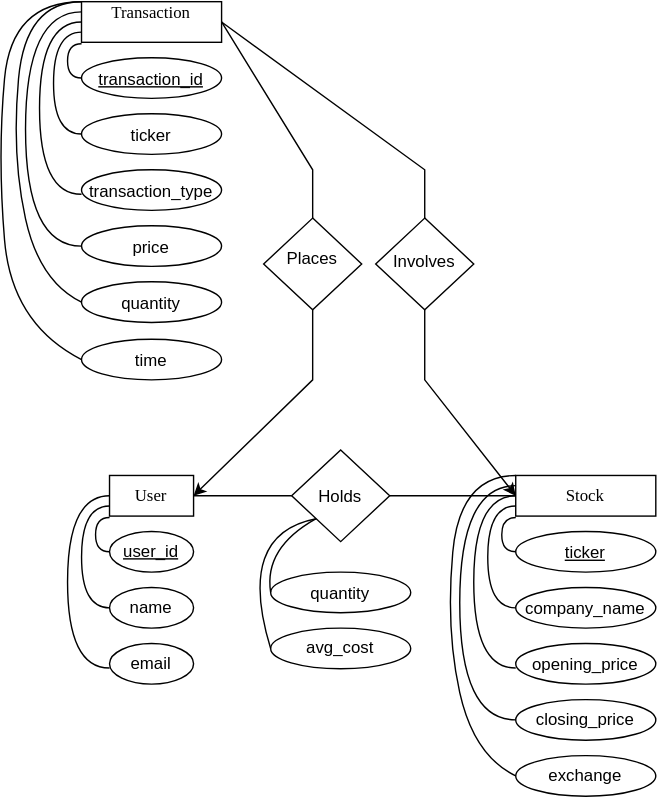
Earlier version of the draw.io export docs/schema.svg (Dryd33n/uvic-csc-370). Source tidied: cells renumbered, new cells last; positions are measured from the earlier drawing's top-left corner, leaving out a move shared by most shapes. Its diagram source:
```xml
<mxGraphModel>
  <root>
    <mxCell id="0" />
    <mxCell id="1" parent="0" />
    <mxCell id="2" value="User" style="rounded=0;whiteSpace=wrap;html=1;fontFamily=Lucida Console;" parent="1" vertex="1">
      <mxGeometry x="80" y="338.2" width="60" height="29" as="geometry" />
    </mxCell>
    <mxCell id="3" value="user_id" style="ellipse;whiteSpace=wrap;html=1;shapeInside=1;fontStyle=4;" parent="1" vertex="1">
      <mxGeometry x="80" y="378.2" width="60" height="29" as="geometry" />
    </mxCell>
    <mxCell id="4" value="name" style="ellipse;whiteSpace=wrap;html=1;shapeInside=1;" parent="1" vertex="1">
      <mxGeometry x="80" y="418.2" width="60" height="29" as="geometry" />
    </mxCell>
    <mxCell id="5" value="email" style="ellipse;whiteSpace=wrap;html=1;shapeInside=1;" parent="1" vertex="1">
      <mxGeometry x="80" y="458.2" width="60" height="29" as="geometry" />
    </mxCell>
    <mxCell id="6" style="endArrow=none;html=1;rounded=0;edgeStyle=orthogonalEdgeStyle;curved=1;entryX=0;entryY=1;entryDx=0;entryDy=0;exitX=0;exitY=0.5;exitDx=0;exitDy=0;" parent="1" edge="1" source="3" target="2">
      <mxGeometry relative="1" as="geometry">
        <Array as="points">
          <mxPoint x="70" y="392.8" />
          <mxPoint x="70" y="368.2" />
          <mxPoint x="80" y="368.2" />
        </Array>
      </mxGeometry>
    </mxCell>
    <mxCell id="7" style="endArrow=none;html=1;rounded=0;edgeStyle=orthogonalEdgeStyle;curved=1;exitX=0;exitY=0.5;exitDx=0;exitDy=0;entryX=0;entryY=0.75;entryDx=0;entryDy=0;" parent="1" edge="1" source="4" target="2">
      <mxGeometry relative="1" as="geometry">
        <Array as="points">
          <mxPoint x="60" y="433.1" />
          <mxPoint x="60" y="360.8" />
        </Array>
      </mxGeometry>
    </mxCell>
    <mxCell id="8" style="endArrow=none;html=1;rounded=0;edgeStyle=orthogonalEdgeStyle;curved=1;exitX=0;exitY=0.5;exitDx=0;exitDy=0;entryX=0;entryY=0.5;entryDx=0;entryDy=0;" parent="1" edge="1" target="2">
      <mxGeometry relative="1" as="geometry">
        <mxPoint x="80" y="475.8" as="sourcePoint" />
        <Array as="points">
          <mxPoint x="50" y="475.8" />
          <mxPoint x="50" y="353.2" />
        </Array>
      </mxGeometry>
    </mxCell>
    <mxCell id="9" value="Transaction&lt;div&gt;&lt;br&gt;&lt;/div&gt;" style="rounded=0;whiteSpace=wrap;html=1;fontFamily=Lucida Console;" parent="1" vertex="1">
      <mxGeometry x="60" width="100" height="29" as="geometry" />
    </mxCell>
    <mxCell id="10" value="transaction_id" style="ellipse;whiteSpace=wrap;html=1;shapeInside=1;fontStyle=4;" parent="1" vertex="1">
      <mxGeometry x="60" y="40" width="100" height="29" as="geometry" />
    </mxCell>
    <mxCell id="11" value="ticker" style="ellipse;whiteSpace=wrap;html=1;shapeInside=1;" parent="1" vertex="1">
      <mxGeometry x="60" y="80" width="100" height="29" as="geometry" />
    </mxCell>
    <mxCell id="12" value="transaction_type" style="ellipse;whiteSpace=wrap;html=1;shapeInside=1;" parent="1" vertex="1">
      <mxGeometry x="60" y="120" width="100" height="29" as="geometry" />
    </mxCell>
    <mxCell id="13" style="endArrow=none;html=1;rounded=0;edgeStyle=orthogonalEdgeStyle;curved=1;entryX=0;entryY=1;entryDx=0;entryDy=0;exitX=0;exitY=0.5;exitDx=0;exitDy=0;" parent="1" edge="1" source="10" target="9">
      <mxGeometry relative="1" as="geometry" />
    </mxCell>
    <mxCell id="14" style="endArrow=none;html=1;rounded=0;edgeStyle=orthogonalEdgeStyle;curved=1;exitX=0;exitY=0.5;exitDx=0;exitDy=0;entryX=0;entryY=0.75;entryDx=0;entryDy=0;" parent="1" edge="1" source="11" target="9">
      <mxGeometry relative="1" as="geometry">
        <Array as="points">
          <mxPoint x="40" y="94.9" />
          <mxPoint x="40" y="22.5" />
        </Array>
      </mxGeometry>
    </mxCell>
    <mxCell id="15" style="endArrow=none;html=1;rounded=0;edgeStyle=orthogonalEdgeStyle;curved=1;exitX=0;exitY=0.5;exitDx=0;exitDy=0;entryX=0;entryY=0.5;entryDx=0;entryDy=0;" parent="1" edge="1" target="9">
      <mxGeometry relative="1" as="geometry">
        <mxPoint x="60" y="137.5" as="sourcePoint" />
        <Array as="points">
          <mxPoint x="30" y="137.5" />
          <mxPoint x="30" y="15" />
        </Array>
      </mxGeometry>
    </mxCell>
    <mxCell id="16" value="price" style="ellipse;whiteSpace=wrap;html=1;shapeInside=1;" parent="1" vertex="1">
      <mxGeometry x="60" y="160" width="100" height="29" as="geometry" />
    </mxCell>
    <mxCell id="17" style="endArrow=none;html=1;rounded=0;entryX=0;entryY=0.25;entryDx=0;entryDy=0;edgeStyle=orthogonalEdgeStyle;curved=1;exitX=0;exitY=0.5;exitDx=0;exitDy=0;" parent="1" edge="1" source="16" target="9">
      <mxGeometry relative="1" as="geometry">
        <Array as="points">
          <mxPoint x="20" y="175" />
          <mxPoint x="20" y="7.5" />
        </Array>
      </mxGeometry>
    </mxCell>
    <mxCell id="18" value="quantity" style="ellipse;whiteSpace=wrap;html=1;shapeInside=1;" parent="1" vertex="1">
      <mxGeometry x="60" y="200" width="100" height="29" as="geometry" />
    </mxCell>
    <mxCell id="19" style="endArrow=none;html=1;rounded=0;curved=1;exitX=0;exitY=0.5;exitDx=0;exitDy=0;entryX=0;entryY=0;entryDx=0;entryDy=0;" parent="1" edge="1" source="18" target="9">
      <mxGeometry relative="1" as="geometry">
        <Array as="points">
          <mxPoint x="30" y="200" />
          <mxPoint x="10" y="110" />
          <mxPoint x="20" />
        </Array>
      </mxGeometry>
    </mxCell>
    <mxCell id="20" value="Stock" style="rounded=0;whiteSpace=wrap;html=1;fontFamily=Lucida Console;" parent="1" vertex="1">
      <mxGeometry x="370" y="338.2" width="100" height="29" as="geometry" />
    </mxCell>
    <mxCell id="21" value="ticker" style="ellipse;whiteSpace=wrap;html=1;shapeInside=1;fontStyle=4;" parent="1" vertex="1">
      <mxGeometry x="370" y="378.2" width="100" height="29" as="geometry" />
    </mxCell>
    <mxCell id="22" value="company_name" style="ellipse;whiteSpace=wrap;html=1;shapeInside=1;" parent="1" vertex="1">
      <mxGeometry x="370" y="418.2" width="100" height="29" as="geometry" />
    </mxCell>
    <mxCell id="23" value="opening_price" style="ellipse;whiteSpace=wrap;html=1;shapeInside=1;" parent="1" vertex="1">
      <mxGeometry x="370" y="458.2" width="100" height="29" as="geometry" />
    </mxCell>
    <mxCell id="24" style="endArrow=none;html=1;rounded=0;edgeStyle=orthogonalEdgeStyle;curved=1;entryX=0;entryY=1;entryDx=0;entryDy=0;exitX=0;exitY=0.5;exitDx=0;exitDy=0;" parent="1" edge="1" source="21" target="20">
      <mxGeometry relative="1" as="geometry" />
    </mxCell>
    <mxCell id="25" style="endArrow=none;html=1;rounded=0;edgeStyle=orthogonalEdgeStyle;curved=1;exitX=0;exitY=0.5;exitDx=0;exitDy=0;entryX=0;entryY=0.75;entryDx=0;entryDy=0;" parent="1" edge="1" source="22" target="20">
      <mxGeometry relative="1" as="geometry">
        <Array as="points">
          <mxPoint x="350" y="433.1" />
          <mxPoint x="350" y="360.8" />
        </Array>
      </mxGeometry>
    </mxCell>
    <mxCell id="26" style="endArrow=none;html=1;rounded=0;edgeStyle=orthogonalEdgeStyle;curved=1;exitX=0;exitY=0.5;exitDx=0;exitDy=0;entryX=0;entryY=0.5;entryDx=0;entryDy=0;" parent="1" edge="1" target="20">
      <mxGeometry relative="1" as="geometry">
        <mxPoint x="370" y="475.8" as="sourcePoint" />
        <Array as="points">
          <mxPoint x="340" y="475.8" />
          <mxPoint x="340" y="353.2" />
        </Array>
      </mxGeometry>
    </mxCell>
    <mxCell id="27" value="closing_price" style="ellipse;whiteSpace=wrap;html=1;shapeInside=1;" parent="1" vertex="1">
      <mxGeometry x="370" y="498.2" width="100" height="29" as="geometry" />
    </mxCell>
    <mxCell id="28" style="endArrow=none;html=1;rounded=0;entryX=0;entryY=0.25;entryDx=0;entryDy=0;edgeStyle=orthogonalEdgeStyle;curved=1;exitX=0;exitY=0.5;exitDx=0;exitDy=0;" parent="1" edge="1" source="27" target="20">
      <mxGeometry relative="1" as="geometry">
        <Array as="points">
          <mxPoint x="330" y="513.2" />
          <mxPoint x="330" y="345.8" />
        </Array>
      </mxGeometry>
    </mxCell>
    <mxCell id="29" value="exchange" style="ellipse;whiteSpace=wrap;html=1;shapeInside=1;" parent="1" vertex="1">
      <mxGeometry x="370" y="538.2" width="100" height="29" as="geometry" />
    </mxCell>
    <mxCell id="30" style="endArrow=none;html=1;rounded=0;curved=1;exitX=0;exitY=0.5;exitDx=0;exitDy=0;entryX=0;entryY=0;entryDx=0;entryDy=0;" parent="1" edge="1" source="29" target="20">
      <mxGeometry relative="1" as="geometry">
        <Array as="points">
          <mxPoint x="340" y="538.2" />
          <mxPoint x="320" y="448.2" />
          <mxPoint x="330" y="338.2" />
        </Array>
      </mxGeometry>
    </mxCell>
    <mxCell id="31" style="endArrow=none;html=1;rounded=0;exitX=1;exitY=0.5;exitDx=0;exitDy=0;entryX=0;entryY=0.5;entryDx=0;entryDy=0;" parent="1" edge="1" source="2" target="32">
      <mxGeometry relative="1" as="geometry" />
    </mxCell>
    <mxCell id="32" value="Holds" style="rhombus;whiteSpace=wrap;html=1;shapeInside=1;" parent="1" vertex="1">
      <mxGeometry x="210" y="320" width="70" height="65.5" as="geometry" />
    </mxCell>
    <mxCell id="33" style="endArrow=none;html=1;rounded=0;exitX=1;exitY=0.5;exitDx=0;exitDy=0;entryX=0;entryY=0.5;entryDx=0;entryDy=0;" parent="1" edge="1" source="32" target="20">
      <mxGeometry relative="1" as="geometry" />
    </mxCell>
    <mxCell id="34" value="Places" style="rhombus;whiteSpace=wrap;html=1;shapeInside=1;" parent="1" vertex="1">
      <mxGeometry x="190" y="154.5" width="70" height="65.5" as="geometry" />
    </mxCell>
    <mxCell id="35" style="endArrow=classic;html=1;rounded=0;entryX=1;entryY=0.5;entryDx=0;entryDy=0;exitX=0.5;exitY=1;exitDx=0;exitDy=0;" parent="1" edge="1" source="34" target="2">
      <mxGeometry relative="1" as="geometry">
        <Array as="points">
          <mxPoint x="225" y="270" />
        </Array>
      </mxGeometry>
    </mxCell>
    <mxCell id="36" style="endArrow=none;html=1;rounded=0;exitX=0.5;exitY=0;exitDx=0;exitDy=0;entryX=1;entryY=0.5;entryDx=0;entryDy=0;" parent="1" edge="1" source="34" target="9">
      <mxGeometry relative="1" as="geometry">
        <Array as="points">
          <mxPoint x="225" y="120" />
        </Array>
      </mxGeometry>
    </mxCell>
    <mxCell id="37" value="Involves" style="rhombus;whiteSpace=wrap;html=1;shapeInside=1;" parent="1" vertex="1">
      <mxGeometry x="270" y="154.5" width="70" height="65.5" as="geometry" />
    </mxCell>
    <mxCell id="38" style="endArrow=classic;html=1;rounded=0;exitX=0.5;exitY=1;exitDx=0;exitDy=0;entryX=0;entryY=0.5;entryDx=0;entryDy=0;" parent="1" edge="1" source="37" target="20">
      <mxGeometry relative="1" as="geometry">
        <Array as="points">
          <mxPoint x="305" y="270" />
        </Array>
      </mxGeometry>
    </mxCell>
    <mxCell id="39" style="endArrow=none;html=1;rounded=0;exitX=0.5;exitY=0;exitDx=0;exitDy=0;entryX=1;entryY=0.5;entryDx=0;entryDy=0;" parent="1" edge="1" source="37" target="9">
      <mxGeometry relative="1" as="geometry">
        <Array as="points">
          <mxPoint x="305" y="120" />
        </Array>
      </mxGeometry>
    </mxCell>
    <mxCell id="40" value="quantity" style="ellipse;whiteSpace=wrap;html=1;shapeInside=1;" parent="1" vertex="1">
      <mxGeometry x="195" y="407.2" width="100" height="29" as="geometry" />
    </mxCell>
    <mxCell id="41" value="avg_cost" style="ellipse;whiteSpace=wrap;html=1;shapeInside=1;" parent="1" vertex="1">
      <mxGeometry x="195" y="447.2" width="100" height="29" as="geometry" />
    </mxCell>
    <mxCell id="42" style="endArrow=none;html=1;rounded=0;exitX=0;exitY=0.5;exitDx=0;exitDy=0;curved=1;entryX=0;entryY=1;entryDx=0;entryDy=0;" parent="1" edge="1" source="40" target="32">
      <mxGeometry relative="1" as="geometry">
        <Array as="points">
          <mxPoint x="190" y="390" />
        </Array>
      </mxGeometry>
    </mxCell>
    <mxCell id="43" style="endArrow=none;html=1;rounded=0;entryX=0;entryY=1;entryDx=0;entryDy=0;exitX=0;exitY=0.5;exitDx=0;exitDy=0;curved=1;" parent="1" edge="1" source="41" target="32">
      <mxGeometry relative="1" as="geometry">
        <Array as="points">
          <mxPoint x="170" y="380" />
        </Array>
      </mxGeometry>
    </mxCell>
    <mxCell id="44" value="time" style="ellipse;whiteSpace=wrap;html=1;shapeInside=1;" parent="1" vertex="1">
      <mxGeometry x="60" y="241" width="100" height="29" as="geometry" />
    </mxCell>
    <mxCell id="45" style="endArrow=none;html=1;rounded=0;curved=1;exitX=0;exitY=0.5;exitDx=0;exitDy=0;entryX=0;entryY=0;entryDx=0;entryDy=0;" parent="1" edge="1" source="44" target="9">
      <mxGeometry relative="1" as="geometry">
        <Array as="points">
          <mxPoint x="10" y="230" />
          <mxPoint y="110" />
          <mxPoint x="10" />
        </Array>
      </mxGeometry>
    </mxCell>
  </root>
</mxGraphModel>
```
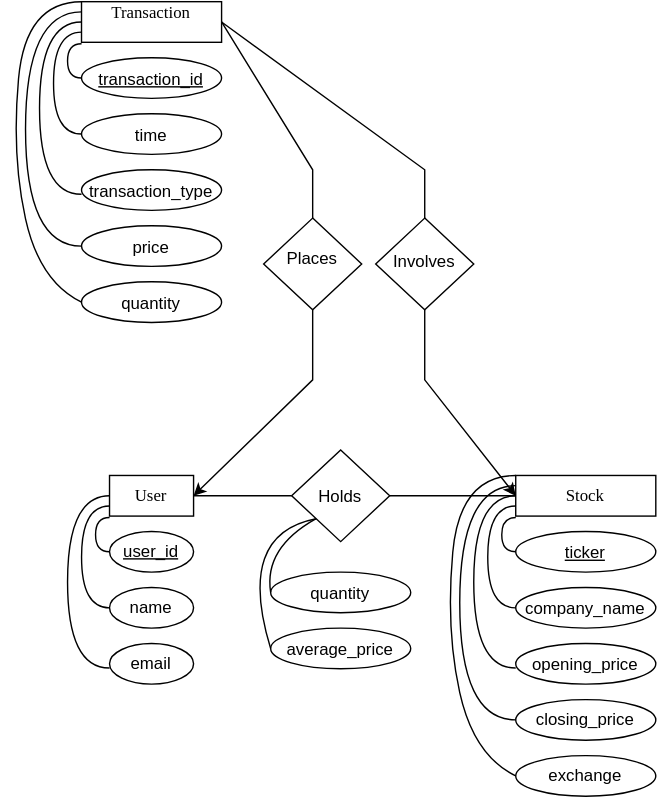
After the change.

Commit message:
Implement code changes to enhance functionality and improve performance

Change to the diagram source:
```diff
@@ -46,16 +46,13 @@
     <mxCell id="10" value="transaction_id" style="ellipse;whiteSpace=wrap;html=1;shapeInside=1;fontStyle=4;" parent="1" vertex="1">
       <mxGeometry x="60" y="40" width="100" height="29" as="geometry" />
     </mxCell>
-    <mxCell id="11" value="ticker" style="ellipse;whiteSpace=wrap;html=1;shapeInside=1;" parent="1" vertex="1">
-      <mxGeometry x="60" y="80" width="100" height="29" as="geometry" />
-    </mxCell>
     <mxCell id="12" value="transaction_type" style="ellipse;whiteSpace=wrap;html=1;shapeInside=1;" parent="1" vertex="1">
       <mxGeometry x="60" y="120" width="100" height="29" as="geometry" />
     </mxCell>
     <mxCell id="13" style="endArrow=none;html=1;rounded=0;edgeStyle=orthogonalEdgeStyle;curved=1;entryX=0;entryY=1;entryDx=0;entryDy=0;exitX=0;exitY=0.5;exitDx=0;exitDy=0;" parent="1" edge="1" source="10" target="9">
       <mxGeometry relative="1" as="geometry" />
     </mxCell>
-    <mxCell id="14" style="endArrow=none;html=1;rounded=0;edgeStyle=orthogonalEdgeStyle;curved=1;exitX=0;exitY=0.5;exitDx=0;exitDy=0;entryX=0;entryY=0.75;entryDx=0;entryDy=0;" parent="1" edge="1" source="11" target="9">
+    <mxCell id="14" style="endArrow=none;html=1;rounded=0;edgeStyle=orthogonalEdgeStyle;curved=1;exitX=0;exitY=0.5;exitDx=0;exitDy=0;entryX=0;entryY=0.75;entryDx=0;entryDy=0;" parent="1" edge="1" source="44" target="9">
       <mxGeometry relative="1" as="geometry">
         <Array as="points">
           <mxPoint x="40" y="94.9" />
@@ -196,7 +193,7 @@
     <mxCell id="40" value="quantity" style="ellipse;whiteSpace=wrap;html=1;shapeInside=1;" parent="1" vertex="1">
       <mxGeometry x="195" y="407.2" width="100" height="29" as="geometry" />
     </mxCell>
-    <mxCell id="41" value="avg_cost" style="ellipse;whiteSpace=wrap;html=1;shapeInside=1;" parent="1" vertex="1">
+    <mxCell id="41" value="average_price" style="ellipse;whiteSpace=wrap;html=1;shapeInside=1;" parent="1" vertex="1">
       <mxGeometry x="195" y="447.2" width="100" height="29" as="geometry" />
     </mxCell>
     <mxCell id="42" style="endArrow=none;html=1;rounded=0;exitX=0;exitY=0.5;exitDx=0;exitDy=0;curved=1;entryX=0;entryY=1;entryDx=0;entryDy=0;" parent="1" edge="1" source="40" target="32">
@@ -214,16 +211,7 @@
       </mxGeometry>
     </mxCell>
     <mxCell id="44" value="time" style="ellipse;whiteSpace=wrap;html=1;shapeInside=1;" parent="1" vertex="1">
-      <mxGeometry x="60" y="241" width="100" height="29" as="geometry" />
+      <mxGeometry x="60" y="80" width="100" height="29" as="geometry" />
     </mxCell>
-    <mxCell id="45" style="endArrow=none;html=1;rounded=0;curved=1;exitX=0;exitY=0.5;exitDx=0;exitDy=0;entryX=0;entryY=0;entryDx=0;entryDy=0;" parent="1" edge="1" source="44" target="9">
-      <mxGeometry relative="1" as="geometry">
-        <Array as="points">
-          <mxPoint x="10" y="230" />
-          <mxPoint y="110" />
-          <mxPoint x="10" />
-        </Array>
-      </mxGeometry>
-    </mxCell>
   </root>
 </mxGraphModel>
```
